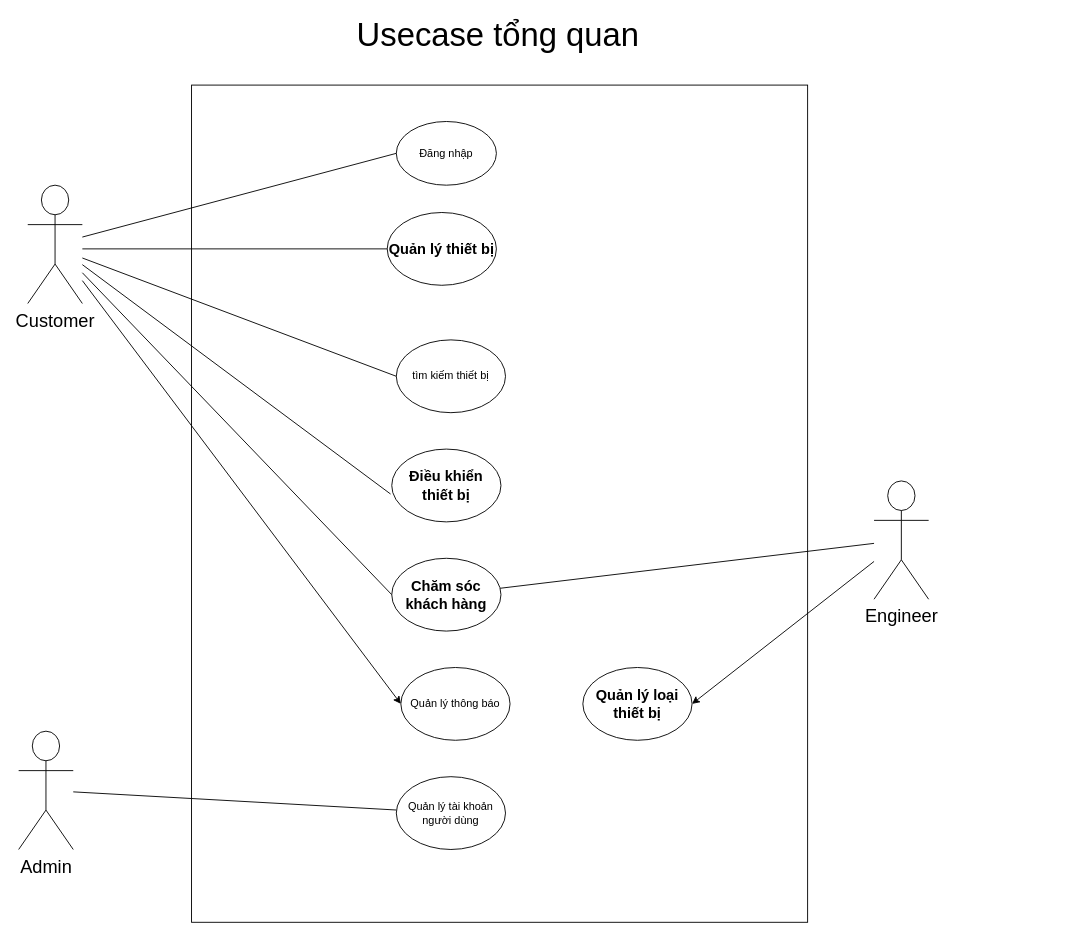
This is Usecase diagram/general_usecase_diagram.drawio from cuongceg/BTL-IT3120, a draw.io file, before an edit. Source tidied: cells renumbered, new cells numbered last; positions are measured from the earlier drawing's top-left corner, leaving out a move shared by most shapes. Both pictures are drawn from the tidied source at 91%, with x=0, y=0 at pixel (18, 21).
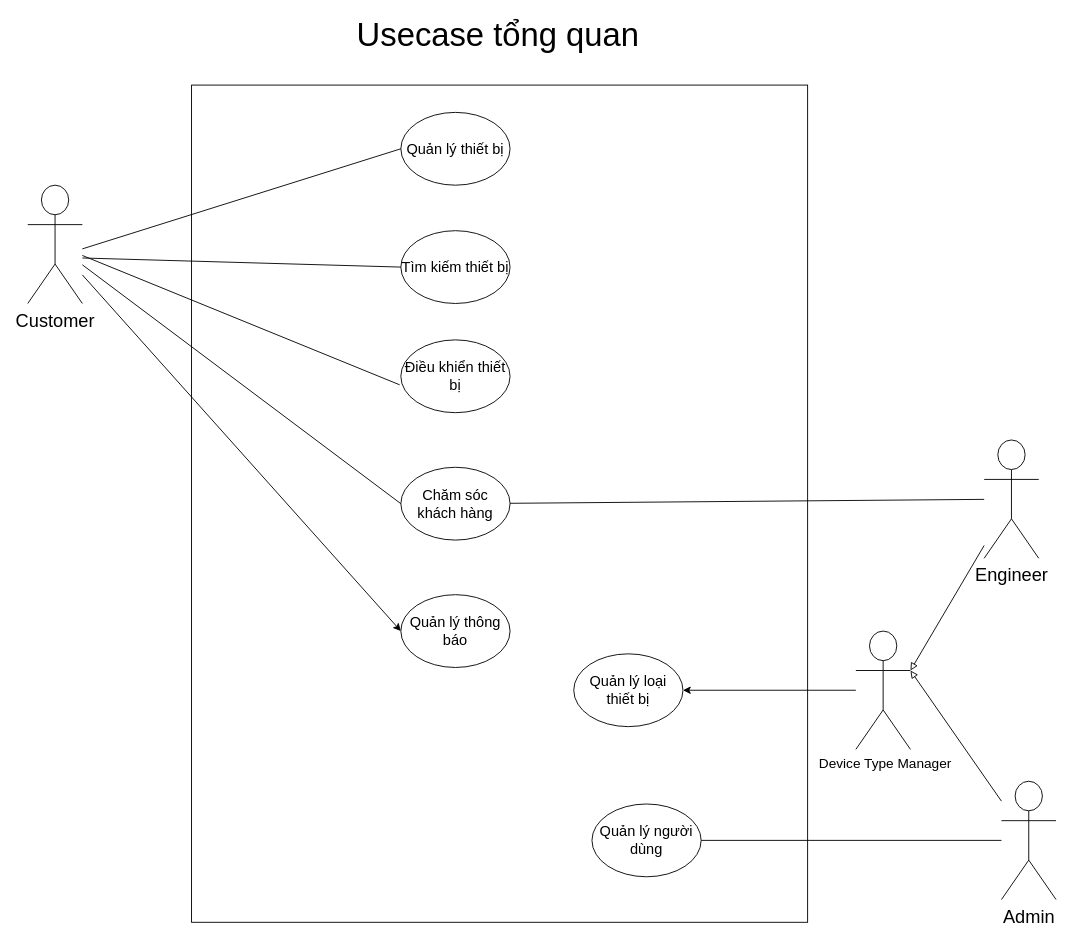
Above is the later version.

Commit message:
refactor: remove use case log in

The change refers to these unchanged cells:
```xml
<mxCell id="17" value="&lt;span style=&quot;font-size: 20px;&quot;&gt;Customer&lt;/span&gt;" style="shape=umlActor;verticalLabelPosition=bottom;verticalAlign=top;html=1;outlineConnect=0;" parent="1" vertex="1">
  <mxGeometry x="10" y="180" width="60" height="130" as="geometry" />
</mxCell>
```

Change to the diagram source:
```diff
@@
     <mxCell id="4" value="&lt;font style=&quot;font-size: 20px;&quot;&gt;Admin&lt;/font&gt;" style="shape=umlActor;verticalLabelPosition=bottom;verticalAlign=top;html=1;outlineConnect=0;" parent="1" vertex="1">
-      <mxGeometry y="780" width="60" height="130" as="geometry" />
+      <mxGeometry x="1080" y="835" width="60" height="130" as="geometry" />
     </mxCell>
-    <mxCell id="5" value="Đăng nhập" style="ellipse;whiteSpace=wrap;html=1;" parent="1" vertex="1">
-      <mxGeometry x="415" y="110" width="110" height="70" as="geometry" />
-    </mxCell>
@@
-    <mxCell id="8" value="&lt;b&gt;&lt;font style=&quot;font-size: 16px;&quot;&gt;Quản lý thiết bị&lt;/font&gt;&lt;/b&gt;" style="ellipse;whiteSpace=wrap;html=1;" parent="1" vertex="1">
-      <mxGeometry x="405" y="210" width="120" height="80" as="geometry" />
+    <mxCell id="8" value="&lt;font style=&quot;font-size: 16px;&quot;&gt;Quản lý thiết bị&lt;/font&gt;" style="ellipse;whiteSpace=wrap;html=1;" parent="1" vertex="1">
+      <mxGeometry x="420" y="100" width="120" height="80" as="geometry" />
     </mxCell>
-    <mxCell id="9" value="Quản lý tài khoản người dùng" style="ellipse;whiteSpace=wrap;html=1;" parent="1" vertex="1">
-      <mxGeometry x="415" y="830" width="120" height="80" as="geometry" />
+    <mxCell id="9" value="&lt;font style=&quot;font-size: 16px;&quot;&gt;Quản lý người dùng&lt;/font&gt;" style="ellipse;whiteSpace=wrap;html=1;" parent="1" vertex="1">
+      <mxGeometry x="630" y="860" width="120" height="80" as="geometry" />
     </mxCell>
-    <mxCell id="10" value="&lt;b&gt;&lt;font style=&quot;font-size: 16px;&quot;&gt;Điều khiển thiết bị&lt;/font&gt;&lt;/b&gt;" style="ellipse;whiteSpace=wrap;html=1;" parent="1" vertex="1">
-      <mxGeometry x="410" y="470" width="120" height="80" as="geometry" />
+    <mxCell id="10" value="&lt;font style=&quot;font-size: 16px;&quot;&gt;Điều khiển thiết bị&lt;/font&gt;" style="ellipse;whiteSpace=wrap;html=1;" parent="1" vertex="1">
+      <mxGeometry x="420" y="350" width="120" height="80" as="geometry" />
     </mxCell>
-    <mxCell id="11" value="tìm kiếm thiết bị" style="ellipse;whiteSpace=wrap;html=1;" parent="1" vertex="1">
-      <mxGeometry x="415" y="350" width="120" height="80" as="geometry" />
+    <mxCell id="11" value="&lt;font style=&quot;font-size: 16px;&quot;&gt;Tìm kiếm thiết bị&lt;/font&gt;" style="ellipse;whiteSpace=wrap;html=1;" parent="1" vertex="1">
+      <mxGeometry x="420" y="230" width="120" height="80" as="geometry" />
     </mxCell>
@@
-    <mxCell id="13" value="&lt;font style=&quot;font-size: 16px;&quot;&gt;&lt;b&gt;Chăm sóc khách hàng&lt;/b&gt;&lt;/font&gt;" style="ellipse;whiteSpace=wrap;html=1;" parent="1" vertex="1">
-      <mxGeometry x="410" y="590" width="120" height="80" as="geometry" />
+    <mxCell id="13" value="&lt;font style=&quot;font-size: 16px;&quot;&gt;Chăm sóc khách hàng&lt;/font&gt;" style="ellipse;whiteSpace=wrap;html=1;" parent="1" vertex="1">
+      <mxGeometry x="420" y="490" width="120" height="80" as="geometry" />
     </mxCell>
-    <mxCell id="14" style="rounded=0;jettySize=auto;html=1;entryX=0;entryY=0.5;entryDx=0;entryDy=0;endArrow=none;startFill=0;" parent="1" edge="1" source="17" target="5">
-      <mxGeometry relative="1" as="geometry" />
-    </mxCell>
@@
-    <mxCell id="18" style="rounded=0;jettySize=auto;html=1;entryX=1;entryY=0.5;entryDx=0;entryDy=0;" parent="1" edge="1" source="19" target="22">
+    <mxCell id="18" style="rounded=0;jettySize=auto;html=1;entryX=1;entryY=0.5;entryDx=0;entryDy=0;" parent="1" edge="1" source="25" target="22">
       <mxGeometry relative="1" as="geometry" />
     </mxCell>
     <mxCell id="19" value="&lt;font style=&quot;font-size: 20px;&quot;&gt;Engineer&lt;/font&gt;" style="shape=umlActor;verticalLabelPosition=bottom;verticalAlign=top;html=1;outlineConnect=0;" parent="1" vertex="1">
-      <mxGeometry x="940" y="505" width="60" height="130" as="geometry" />
+      <mxGeometry x="1061" y="460" width="60" height="130" as="geometry" />
     </mxCell>
@@
-    <mxCell id="21" value="Quản lý thông báo" style="ellipse;whiteSpace=wrap;html=1;" parent="1" vertex="1">
-      <mxGeometry x="420" y="710" width="120" height="80" as="geometry" />
+    <mxCell id="21" value="&lt;font style=&quot;font-size: 16px;&quot;&gt;Quản lý thông báo&lt;/font&gt;" style="ellipse;whiteSpace=wrap;html=1;" parent="1" vertex="1">
+      <mxGeometry x="420" y="630" width="120" height="80" as="geometry" />
     </mxCell>
-    <mxCell id="22" value="&lt;font style=&quot;font-size: 16px;&quot;&gt;&lt;b&gt;Quản lý loại thiết bị&lt;/b&gt;&lt;/font&gt;" style="ellipse;whiteSpace=wrap;html=1;" parent="1" vertex="1">
-      <mxGeometry x="620" y="710" width="120" height="80" as="geometry" />
+    <mxCell id="22" value="&lt;font style=&quot;font-size: 16px;&quot;&gt;Quản lý loại thiết bị&lt;/font&gt;" style="ellipse;whiteSpace=wrap;html=1;" parent="1" vertex="1">
+      <mxGeometry x="610" y="695" width="120" height="80" as="geometry" />
     </mxCell>
@@
+    <mxCell id="25" value="&lt;font style=&quot;font-size: 15px;&quot;&gt;&amp;nbsp;Device Type Manager&lt;/font&gt;" style="shape=umlActor;verticalLabelPosition=bottom;verticalAlign=top;html=1;outlineConnect=0;" parent="1" vertex="1">
+      <mxGeometry x="920" y="670" width="60" height="130" as="geometry" />
+    </mxCell>
+    <mxCell id="26" style="rounded=0;jettySize=auto;html=1;entryX=1;entryY=0.3333333333333333;entryDx=0;entryDy=0;entryPerimeter=0;endArrow=block;endFill=0;" parent="1" edge="1" source="19" target="25">
+      <mxGeometry relative="1" as="geometry" />
+    </mxCell>
+    <mxCell id="27" style="rounded=0;jettySize=auto;html=1;entryX=1;entryY=0.3333333333333333;entryDx=0;entryDy=0;entryPerimeter=0;endArrow=block;endFill=0;" parent="1" edge="1" source="4" target="25">
+      <mxGeometry relative="1" as="geometry" />
+    </mxCell>
```
